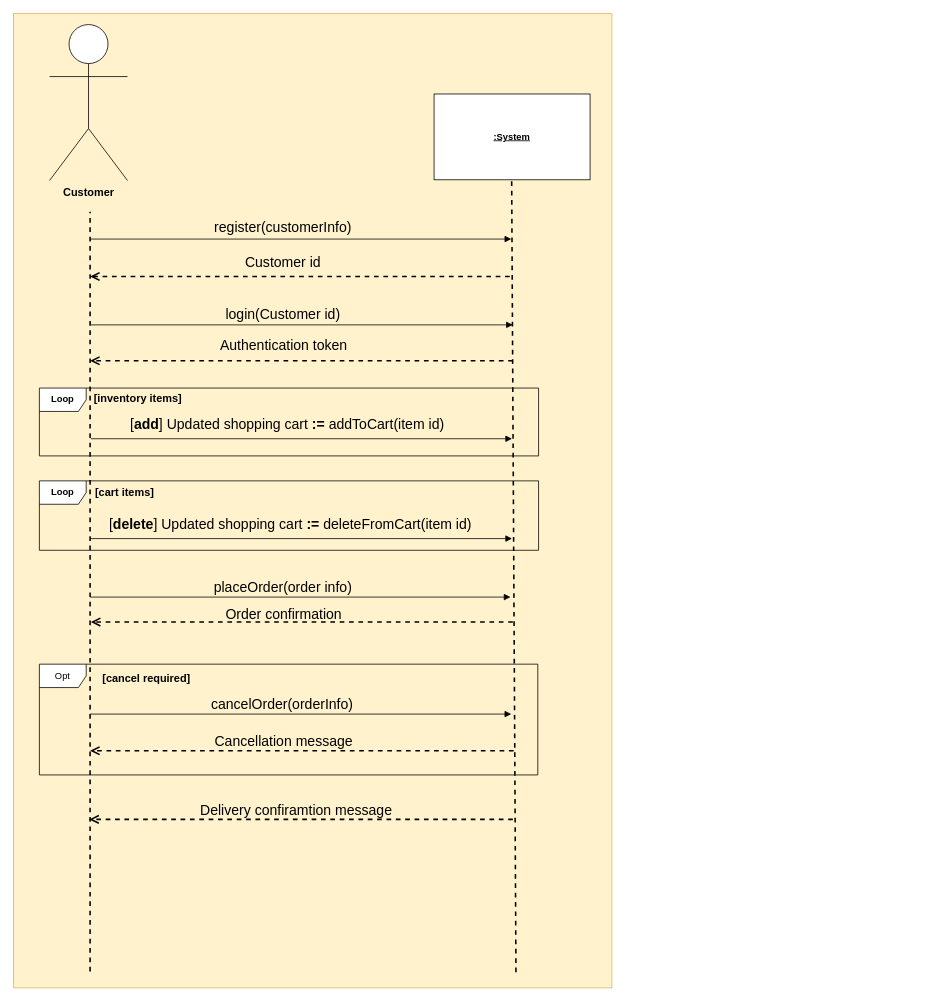
Before: UML/sequence diagram/Customer Sequence Diagram.drawio in eltohamy3/Ecommerce-System-analysis_project, a draw.io diagram. Source tidied: cells renumbered, new cells numbered last; positions are measured from the earlier drawing's top-left corner, leaving out a move shared by most shapes. Both pictures are drawn from the tidied source at 78%, with x=0, y=0 at pixel (13, 13).
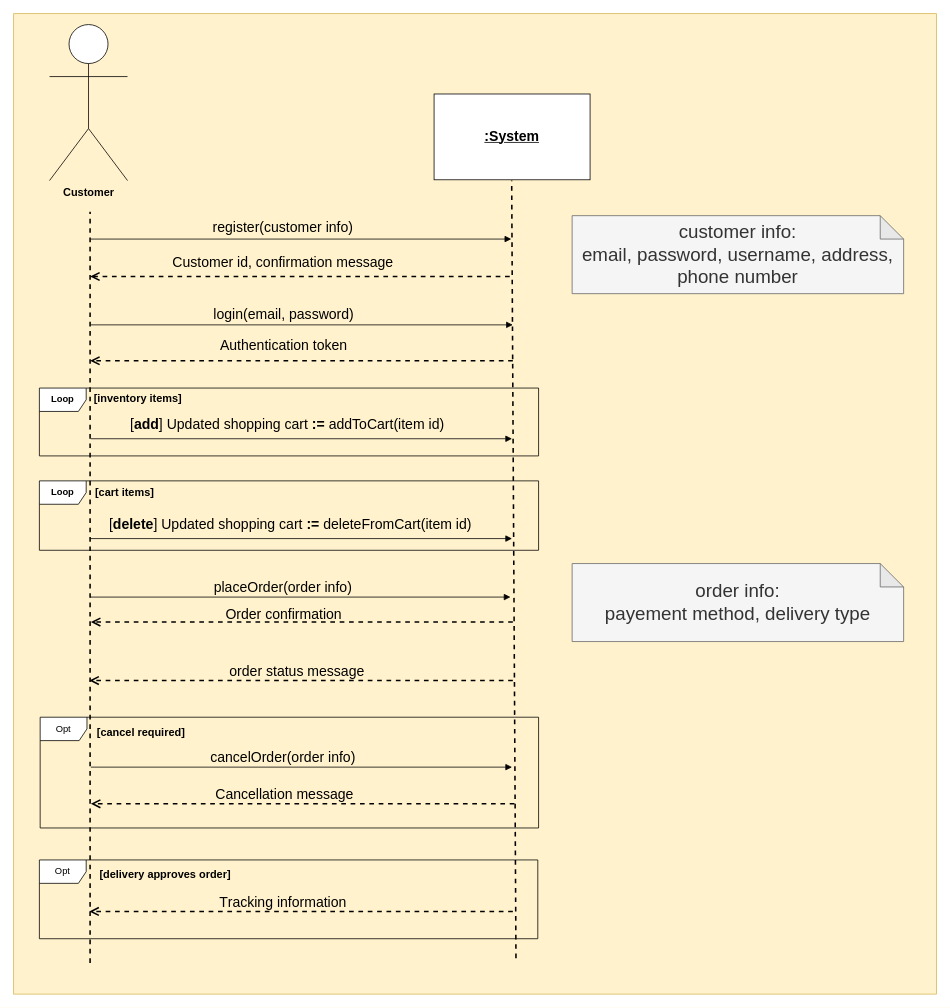
Above is the later version.

Commit message (it also covers changes not shown here):
Sequence diagrams fixed

What changed in the source:
```diff
@@
     <mxCell id="2" style="rounded=0;whiteSpace=wrap;html=1;fillColor=#fff2cc;strokeColor=#d6b656;" parent="1" vertex="1">
-      <mxGeometry width="767" height="1249" as="geometry" />
+      <mxGeometry width="1183" height="1257" as="geometry" />
     </mxCell>
@@
-    <mxCell id="4" value="&lt;u&gt;&lt;b&gt;:System&lt;/b&gt;&lt;/u&gt;" style="rounded=0;whiteSpace=wrap;html=1;" parent="1" vertex="1">
+    <mxCell id="4" value="&lt;u&gt;&lt;b&gt;&lt;font style=&quot;font-size: 18px;&quot;&gt;:System&lt;/font&gt;&lt;/b&gt;&lt;/u&gt;" style="rounded=0;whiteSpace=wrap;html=1;" parent="1" vertex="1">
       <mxGeometry x="539" y="103" width="200" height="110" as="geometry" />
     </mxCell>
     <mxCell id="5" style="endArrow=none;dashed=1;html=1;rounded=0;strokeWidth=2;" parent="1" edge="1">
       <mxGeometry relative="1" as="geometry">
-        <mxPoint x="98" y="1228" as="sourcePoint" />
+        <mxPoint x="98" y="1217" as="sourcePoint" />
         <mxPoint x="98" y="254" as="targetPoint" />
       </mxGeometry>
     </mxCell>
     <mxCell id="6" style="endArrow=none;dashed=1;html=1;rounded=0;strokeWidth=2;" parent="1" edge="1">
       <mxGeometry relative="1" as="geometry">
-        <mxPoint x="644" y="1229" as="sourcePoint" />
+        <mxPoint x="644" y="1211" as="sourcePoint" />
         <mxPoint x="638.5" y="214" as="targetPoint" />
       </mxGeometry>
     </mxCell>
@@
-    <mxCell id="8" value="&lt;font style=&quot;font-size: 18px;&quot;&gt;register(customerInfo)&lt;/font&gt;" style="text;html=1;align=center;verticalAlign=middle;strokeColor=none;fillColor=none;" parent="1" vertex="1">
-      <mxGeometry x="247.5" y="257" width="194" height="34" as="geometry" />
+    <mxCell id="8" value="&lt;font style=&quot;font-size: 18px;&quot;&gt;register(customer info)&lt;/font&gt;" style="text;html=1;align=center;verticalAlign=middle;strokeColor=none;fillColor=none;" parent="1" vertex="1">
+      <mxGeometry x="245.5" y="257" width="198" height="34" as="geometry" />
     </mxCell>
@@
-    <mxCell id="11" value="&lt;font style=&quot;font-size: 18px;&quot;&gt;login(Customer id)&lt;/font&gt;" style="text;html=1;align=center;verticalAlign=middle;strokeColor=none;fillColor=none;" parent="1" vertex="1">
-      <mxGeometry x="262.5" y="368" width="165" height="36" as="geometry" />
+    <mxCell id="11" value="&lt;font style=&quot;font-size: 18px;&quot;&gt;login(email, password)&lt;/font&gt;" style="text;html=1;align=center;verticalAlign=middle;strokeColor=none;fillColor=none;" parent="1" vertex="1">
+      <mxGeometry x="246.5" y="369" width="198" height="34" as="geometry" />
     </mxCell>
@@
-    <mxCell id="13" value="&lt;font style=&quot;font-size: 18px;&quot;&gt;Customer id&lt;/font&gt;" style="text;html=1;align=center;verticalAlign=middle;strokeColor=none;fillColor=none;" parent="1" vertex="1">
-      <mxGeometry x="286" y="301" width="117" height="36" as="geometry" />
+    <mxCell id="13" value="&lt;font style=&quot;font-size: 18px;&quot;&gt;Customer id, confirmation message&lt;/font&gt;" style="text;html=1;align=center;verticalAlign=middle;strokeColor=none;fillColor=none;" parent="1" vertex="1">
+      <mxGeometry x="194" y="302" width="301" height="34" as="geometry" />
     </mxCell>
@@
     <mxCell id="19" style="html=1;verticalAlign=bottom;endArrow=block;curved=0;rounded=0;" parent="1" edge="1">
       <mxGeometry relative="1" as="geometry">
-        <mxPoint x="98" y="898" as="sourcePoint" />
-        <mxPoint x="638" y="898" as="targetPoint" />
+        <mxPoint x="99" y="966" as="sourcePoint" />
+        <mxPoint x="639" y="966" as="targetPoint" />
       </mxGeometry>
     </mxCell>
-    <mxCell id="20" value="&lt;font style=&quot;font-size: 18px;&quot;&gt;cancelOrder(orderInfo)&lt;/font&gt;" style="text;html=1;align=center;verticalAlign=middle;strokeColor=none;fillColor=none;" parent="1" vertex="1">
-      <mxGeometry x="243" y="868" width="201" height="36" as="geometry" />
+    <mxCell id="20" value="&lt;font style=&quot;font-size: 18px;&quot;&gt;cancelOrder(order info)&lt;/font&gt;" style="text;html=1;align=center;verticalAlign=middle;strokeColor=none;fillColor=none;" parent="1" vertex="1">
+      <mxGeometry x="243" y="937" width="204" height="34" as="geometry" />
     </mxCell>
     <mxCell id="21" style="html=1;verticalAlign=bottom;endArrow=open;dashed=1;endSize=8;curved=0;rounded=0;strokeWidth=2;" parent="1" edge="1">
       <mxGeometry relative="1" as="geometry">
-        <mxPoint x="641" y="945" as="sourcePoint" />
-        <mxPoint x="98" y="945" as="targetPoint" />
+        <mxPoint x="642" y="1013" as="sourcePoint" />
+        <mxPoint x="99" y="1013" as="targetPoint" />
       </mxGeometry>
     </mxCell>
     <mxCell id="22" value="&lt;span style=&quot;font-kerning: none;&quot; class=&quot;OYPEnA font-feature-liga-off font-feature-clig-off font-feature-calt-off text-decoration-none text-strikethrough-none&quot;&gt;&lt;font style=&quot;font-size: 18px;&quot;&gt;Cancellation message&lt;/font&gt;&lt;/span&gt;" style="text;html=1;align=center;verticalAlign=middle;strokeColor=none;fillColor=none;" parent="1" vertex="1">
-      <mxGeometry x="247.5" y="916" width="196" height="35" as="geometry" />
+      <mxGeometry x="248.5" y="984" width="196" height="35" as="geometry" />
     </mxCell>
     <mxCell id="23" value="Opt" style="shape=umlFrame;whiteSpace=wrap;html=1;" parent="1" vertex="1">
-      <mxGeometry x="33" y="834" width="639" height="142" as="geometry" />
+      <mxGeometry x="34" y="902" width="639" height="142" as="geometry" />
     </mxCell>
     <mxCell id="24" value="&lt;font style=&quot;font-size: 14px;&quot;&gt;&lt;b&gt;[cancel required]&lt;/b&gt;&lt;/font&gt;" style="text;html=1;align=center;verticalAlign=middle;strokeColor=none;fillColor=none;" parent="1" vertex="1">
-      <mxGeometry x="104" y="838" width="131" height="29" as="geometry" />
+      <mxGeometry x="97" y="906" width="131" height="29" as="geometry" />
     </mxCell>
@@
     <mxCell id="33" style="html=1;verticalAlign=bottom;endArrow=open;dashed=1;endSize=8;curved=0;rounded=0;strokeWidth=2;" parent="1" edge="1">
       <mxGeometry relative="1" as="geometry">
-        <mxPoint x="640" y="1033" as="sourcePoint" />
-        <mxPoint x="97" y="1033" as="targetPoint" />
+        <mxPoint x="640" y="855" as="sourcePoint" />
+        <mxPoint x="97" y="855" as="targetPoint" />
       </mxGeometry>
     </mxCell>
-    <mxCell id="34" value="&lt;span style=&quot;font-kerning: none;&quot; class=&quot;OYPEnA font-feature-liga-off font-feature-clig-off font-feature-calt-off text-decoration-none text-strikethrough-none&quot;&gt;&lt;font style=&quot;font-size: 18px;&quot;&gt;Delivery confiramtion message&lt;/font&gt;&lt;/span&gt;" style="text;html=1;align=center;verticalAlign=middle;strokeColor=none;fillColor=none;" parent="1" vertex="1">
-      <mxGeometry x="229" y="1004" width="265" height="35" as="geometry" />
+    <mxCell id="34" value="&lt;span style=&quot;font-kerning: none;&quot; class=&quot;OYPEnA font-feature-liga-off font-feature-clig-off font-feature-calt-off text-decoration-none text-strikethrough-none&quot;&gt;&lt;font style=&quot;font-size: 18px;&quot;&gt;order status message&lt;/font&gt;&lt;/span&gt;" style="text;html=1;align=center;verticalAlign=middle;strokeColor=none;fillColor=none;" parent="1" vertex="1">
+      <mxGeometry x="267" y="827" width="191" height="34" as="geometry" />
     </mxCell>
+    <mxCell id="35" value="&lt;font style=&quot;font-size: 24px;&quot;&gt;customer info:&lt;/font&gt;&lt;div&gt;&lt;font style=&quot;font-size: 24px;&quot;&gt;email, password, username, address, phone number&lt;/font&gt;&lt;/div&gt;" style="shape=note;whiteSpace=wrap;html=1;backgroundOutline=1;darkOpacity=0.05;fillColor=#f5f5f5;fontColor=#333333;strokeColor=#666666;" parent="1" vertex="1">
+      <mxGeometry x="716" y="259" width="425" height="100" as="geometry" />
+    </mxCell>
+    <mxCell id="36" value="&lt;font style=&quot;font-size: 24px;&quot;&gt;order info:&lt;/font&gt;&lt;div&gt;&lt;font style=&quot;font-size: 24px;&quot;&gt;payement method, delivery type&lt;/font&gt;&lt;/div&gt;" style="shape=note;whiteSpace=wrap;html=1;backgroundOutline=1;darkOpacity=0.05;fillColor=#f5f5f5;fontColor=#333333;strokeColor=#666666;" parent="1" vertex="1">
+      <mxGeometry x="716" y="705" width="425" height="100" as="geometry" />
+    </mxCell>
+    <mxCell id="37" style="html=1;verticalAlign=bottom;endArrow=open;dashed=1;endSize=8;curved=0;rounded=0;strokeWidth=2;" parent="1" edge="1">
+      <mxGeometry relative="1" as="geometry">
+        <mxPoint x="640" y="1151" as="sourcePoint" />
+        <mxPoint x="97" y="1151" as="targetPoint" />
+      </mxGeometry>
+    </mxCell>
+    <mxCell id="38" value="&lt;span style=&quot;font-kerning: none;&quot; class=&quot;OYPEnA font-feature-liga-off font-feature-clig-off font-feature-calt-off text-decoration-none text-strikethrough-none&quot;&gt;&lt;font style=&quot;font-size: 18px;&quot;&gt;Tracking information&lt;/font&gt;&lt;/span&gt;" style="text;html=1;align=center;verticalAlign=middle;strokeColor=none;fillColor=none;" parent="1" vertex="1">
+      <mxGeometry x="254.5" y="1123" width="181" height="34" as="geometry" />
+    </mxCell>
+    <mxCell id="39" value="Opt" style="shape=umlFrame;whiteSpace=wrap;html=1;" parent="1" vertex="1">
+      <mxGeometry x="33" y="1085" width="639" height="101" as="geometry" />
+    </mxCell>
+    <mxCell id="40" value="&lt;font style=&quot;font-size: 14px;&quot;&gt;&lt;b&gt;[delivery approves order]&lt;/b&gt;&lt;/font&gt;" style="text;html=1;align=center;verticalAlign=middle;strokeColor=none;fillColor=none;" parent="1" vertex="1">
+      <mxGeometry x="101" y="1089" width="186" height="29" as="geometry" />
+    </mxCell>
```
